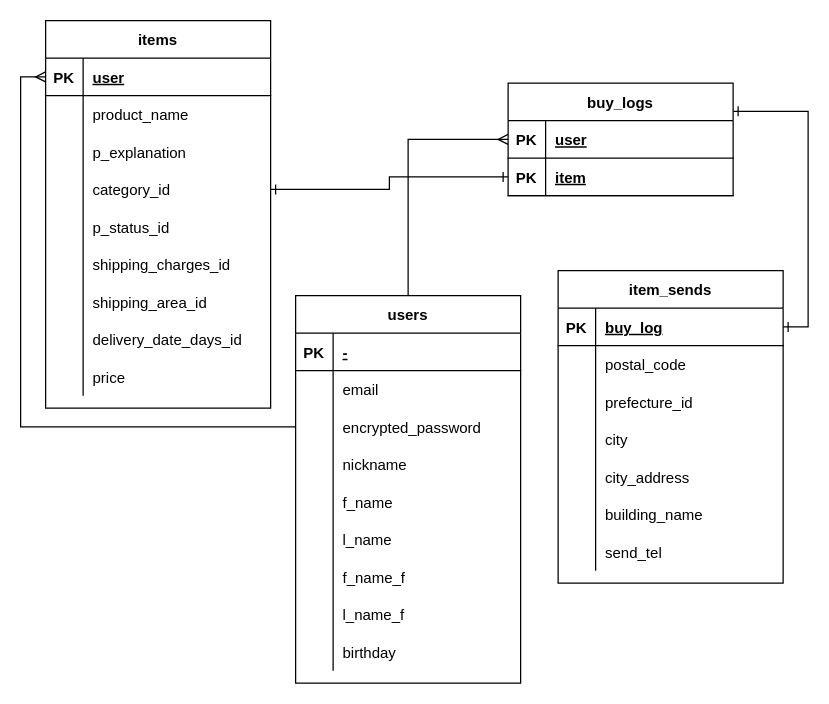
The draw.io diagram er_furima.dio in konishiakira/furima-36908, before the edit. Source tidied: cells renumbered, new cells numbered last; positions are measured from the earlier drawing's top-left corner, leaving out a move shared by most shapes. Both pictures are drawn from the tidied source at 125%, with x=0, y=0 at pixel (45, 20).
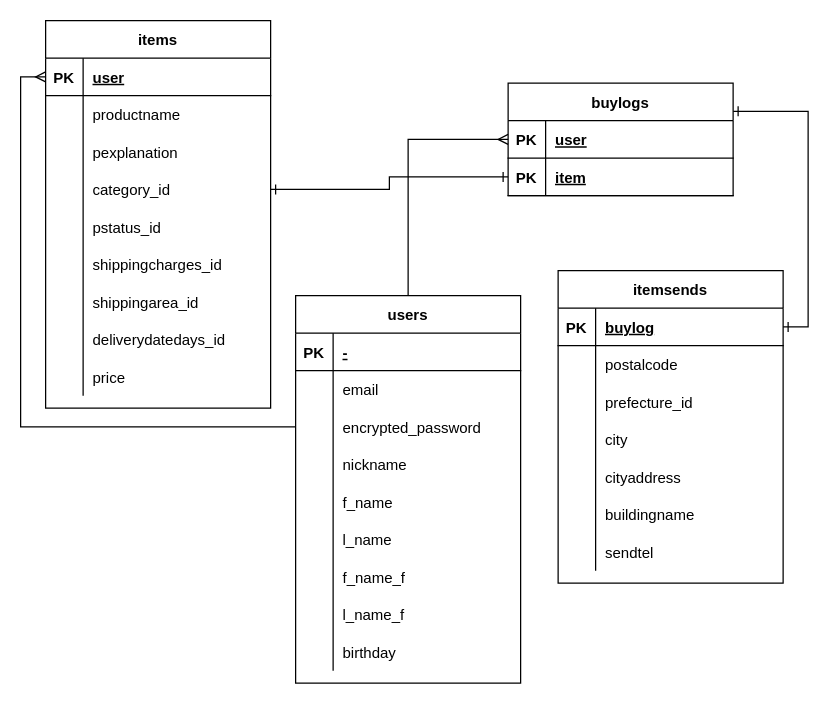
After the change.

Unchanged cells that the change refers to:
```xml
<mxCell id="6" style="shape=partialRectangle;fillColor=none;top=0;left=0;bottom=0;right=0;" parent="2" vertex="1">
  <mxGeometry y="60" width="180" height="30" as="geometry" />
</mxCell>
<mxCell id="9" style="shape=partialRectangle;fillColor=none;top=0;left=0;bottom=0;right=0;" parent="2" vertex="1">
  <mxGeometry y="90" width="180" height="30" as="geometry" />
</mxCell>
<mxCell id="15" style="shape=partialRectangle;fillColor=none;top=0;left=0;bottom=0;right=0;" parent="2" vertex="1">
  <mxGeometry y="150" width="180" height="30" as="geometry" />
</mxCell>
<mxCell id="18" style="shape=partialRectangle;fillColor=none;top=0;left=0;bottom=0;right=0;" parent="2" vertex="1">
  <mxGeometry y="180" width="180" height="30" as="geometry" />
</mxCell>
<mxCell id="21" style="shape=partialRectangle;fillColor=none;top=0;left=0;bottom=0;right=0;" parent="2" vertex="1">
  <mxGeometry y="210" width="180" height="30" as="geometry" />
</mxCell>
<mxCell id="24" style="shape=partialRectangle;fillColor=none;top=0;left=0;bottom=0;right=0;" parent="2" vertex="1">
  <mxGeometry y="240" width="180" height="30" as="geometry" />
</mxCell>
<mxCell id="39" style="shape=partialRectangle;fillColor=none;top=0;left=0;bottom=1;right=0;points=[[0,0.5],[1,0.5]];portConstraint=eastwest;" parent="38" vertex="1">
  <mxGeometry y="30" width="180" height="30" as="geometry" />
</mxCell>
<mxCell id="42" style="shape=partialRectangle;fillColor=none;top=0;left=0;bottom=0;right=0;points=[[0,0.5],[1,0.5]];portConstraint=eastwest;" parent="38" vertex="1">
  <mxGeometry y="60" width="180" height="30" as="geometry" />
</mxCell>
<mxCell id="51" style="shape=partialRectangle;fillColor=none;top=0;left=0;bottom=0;right=0;" parent="38" vertex="1">
  <mxGeometry y="150" width="180" height="30" as="geometry" />
</mxCell>
<mxCell id="54" style="shape=partialRectangle;fillColor=none;top=0;left=0;bottom=0;right=0;" parent="38" vertex="1">
  <mxGeometry y="180" width="180" height="30" as="geometry" />
</mxCell>
<mxCell id="57" style="shape=partialRectangle;fillColor=none;top=0;left=0;bottom=0;right=0;" parent="38" vertex="1">
  <mxGeometry y="210" width="180" height="30" as="geometry" />
</mxCell>
```

Change to the diagram source:
```diff
@@
-    <mxCell id="8" value="product_name" style="shape=partialRectangle;fillColor=none;top=0;left=0;bottom=0;right=0;align=left;spacingLeft=6;overflow=hidden;" parent="6" vertex="1">
+    <mxCell id="8" value="productname" style="shape=partialRectangle;fillColor=none;top=0;left=0;bottom=0;right=0;align=left;spacingLeft=6;overflow=hidden;" parent="6" vertex="1">
       <mxGeometry x="30" width="150" height="30" as="geometry" />
     </mxCell>
@@
-    <mxCell id="11" value="p_explanation" style="shape=partialRectangle;fillColor=none;top=0;left=0;bottom=0;right=0;align=left;spacingLeft=6;overflow=hidden;" parent="9" vertex="1">
+    <mxCell id="11" value="pexplanation" style="shape=partialRectangle;fillColor=none;top=0;left=0;bottom=0;right=0;align=left;spacingLeft=6;overflow=hidden;" parent="9" vertex="1">
       <mxGeometry x="30" width="150" height="30" as="geometry" />
     </mxCell>
@@
-    <mxCell id="17" value="p_status_id" style="shape=partialRectangle;fillColor=none;top=0;left=0;bottom=0;right=0;align=left;spacingLeft=6;overflow=hidden;" parent="15" vertex="1">
+    <mxCell id="17" value="pstatus_id" style="shape=partialRectangle;fillColor=none;top=0;left=0;bottom=0;right=0;align=left;spacingLeft=6;overflow=hidden;" parent="15" vertex="1">
       <mxGeometry x="30" width="150" height="30" as="geometry" />
     </mxCell>
@@
-    <mxCell id="20" value="shipping_charges_id" style="shape=partialRectangle;fillColor=none;top=0;left=0;bottom=0;right=0;align=left;spacingLeft=6;overflow=hidden;" parent="18" vertex="1">
+    <mxCell id="20" value="shippingcharges_id" style="shape=partialRectangle;fillColor=none;top=0;left=0;bottom=0;right=0;align=left;spacingLeft=6;overflow=hidden;" parent="18" vertex="1">
       <mxGeometry x="30" width="150" height="30" as="geometry" />
     </mxCell>
@@
-    <mxCell id="23" value="shipping_area_id" style="shape=partialRectangle;fillColor=none;top=0;left=0;bottom=0;right=0;align=left;spacingLeft=6;overflow=hidden;" parent="21" vertex="1">
+    <mxCell id="23" value="shippingarea_id" style="shape=partialRectangle;fillColor=none;top=0;left=0;bottom=0;right=0;align=left;spacingLeft=6;overflow=hidden;" parent="21" vertex="1">
       <mxGeometry x="30" width="150" height="30" as="geometry" />
     </mxCell>
@@
-    <mxCell id="26" value="delivery_date_days_id" style="shape=partialRectangle;fillColor=none;top=0;left=0;bottom=0;right=0;align=left;spacingLeft=6;overflow=hidden;" parent="24" vertex="1">
+    <mxCell id="26" value="deliverydatedays_id" style="shape=partialRectangle;fillColor=none;top=0;left=0;bottom=0;right=0;align=left;spacingLeft=6;overflow=hidden;" parent="24" vertex="1">
       <mxGeometry x="30" width="150" height="30" as="geometry" />
     </mxCell>
@@
-    <mxCell id="31" value="buy_logs" style="shape=table;startSize=30;childLayout=tableLayout;rowLines=0;fontStyle=1;align=center;" parent="1" vertex="1">
+    <mxCell id="31" value="buylogs" style="shape=table;startSize=30;childLayout=tableLayout;rowLines=0;fontStyle=1;align=center;" parent="1" vertex="1">
       <mxGeometry x="370" y="50" width="180" height="90" as="geometry" />
     </mxCell>
@@
-    <mxCell id="38" value="item_sends" style="shape=table;startSize=30;childLayout=tableLayout;rowLines=0;fontStyle=1;align=center;" parent="1" vertex="1">
+    <mxCell id="38" value="itemsends" style="shape=table;startSize=30;childLayout=tableLayout;rowLines=0;fontStyle=1;align=center;" parent="1" vertex="1">
       <mxGeometry x="410" y="200" width="180" height="250" as="geometry" />
     </mxCell>
@@
-    <mxCell id="41" value="buy_log" style="shape=partialRectangle;fillColor=none;top=0;left=0;bottom=0;right=0;align=left;spacingLeft=6;fontStyle=5;overflow=hidden;" parent="39" vertex="1">
+    <mxCell id="41" value="buylog" style="shape=partialRectangle;fillColor=none;top=0;left=0;bottom=0;right=0;align=left;spacingLeft=6;fontStyle=5;overflow=hidden;" parent="39" vertex="1">
       <mxGeometry x="30" width="150" height="30" as="geometry" />
     </mxCell>
@@
-    <mxCell id="44" value="postal_code" style="shape=partialRectangle;fillColor=none;top=0;left=0;bottom=0;right=0;align=left;spacingLeft=6;overflow=hidden;" parent="42" vertex="1">
+    <mxCell id="44" value="postalcode" style="shape=partialRectangle;fillColor=none;top=0;left=0;bottom=0;right=0;align=left;spacingLeft=6;overflow=hidden;" parent="42" vertex="1">
       <mxGeometry x="30" width="150" height="30" as="geometry" />
     </mxCell>
@@
-    <mxCell id="53" value="city_address" style="shape=partialRectangle;fillColor=none;top=0;left=0;bottom=0;right=0;align=left;spacingLeft=6;overflow=hidden;" parent="51" vertex="1">
+    <mxCell id="53" value="cityaddress" style="shape=partialRectangle;fillColor=none;top=0;left=0;bottom=0;right=0;align=left;spacingLeft=6;overflow=hidden;" parent="51" vertex="1">
       <mxGeometry x="30" width="150" height="30" as="geometry" />
     </mxCell>
@@
-    <mxCell id="56" value="building_name" style="shape=partialRectangle;fillColor=none;top=0;left=0;bottom=0;right=0;align=left;spacingLeft=6;overflow=hidden;" parent="54" vertex="1">
+    <mxCell id="56" value="buildingname" style="shape=partialRectangle;fillColor=none;top=0;left=0;bottom=0;right=0;align=left;spacingLeft=6;overflow=hidden;" parent="54" vertex="1">
       <mxGeometry x="30" width="150" height="30" as="geometry" />
     </mxCell>
@@
-    <mxCell id="59" value="send_tel" style="shape=partialRectangle;fillColor=none;top=0;left=0;bottom=0;right=0;align=left;spacingLeft=6;overflow=hidden;" parent="57" vertex="1">
+    <mxCell id="59" value="sendtel" style="shape=partialRectangle;fillColor=none;top=0;left=0;bottom=0;right=0;align=left;spacingLeft=6;overflow=hidden;" parent="57" vertex="1">
       <mxGeometry x="30" width="150" height="30" as="geometry" />
     </mxCell>
```
